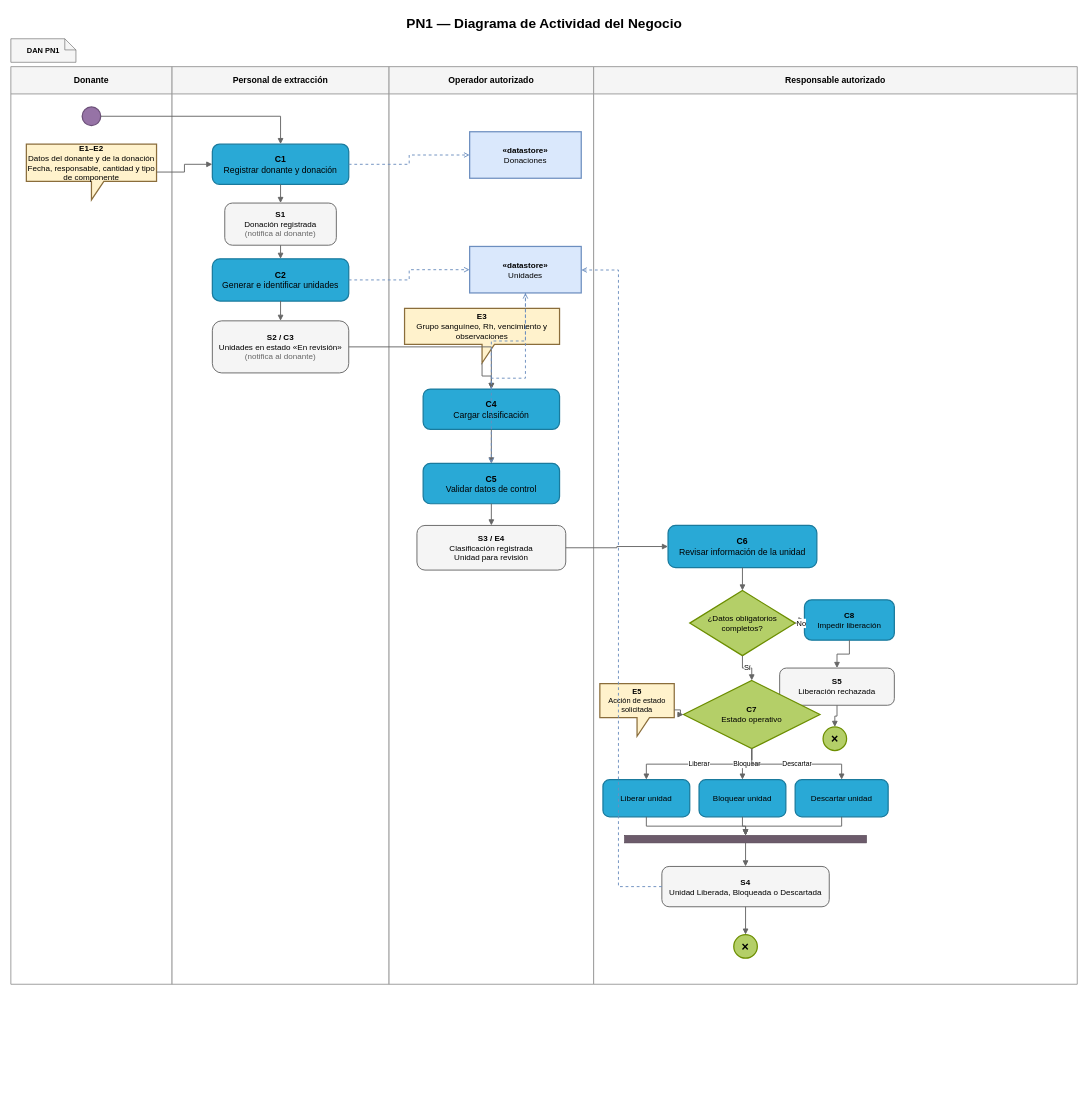
Earlier version of the draw.io diagram Diagramas/Secuencia de Roles/PN1_DiagramaActividadNegocio.drawio (juanNH/Ingenieria-de-Software). Source tidied: cells renumbered, new cells numbered last; positions are measured from the earlier drawing's top-left corner, leaving out a move shared by most shapes. Both pictures are drawn from the tidied source at 62%, with x=0, y=0 at pixel (11, 11).
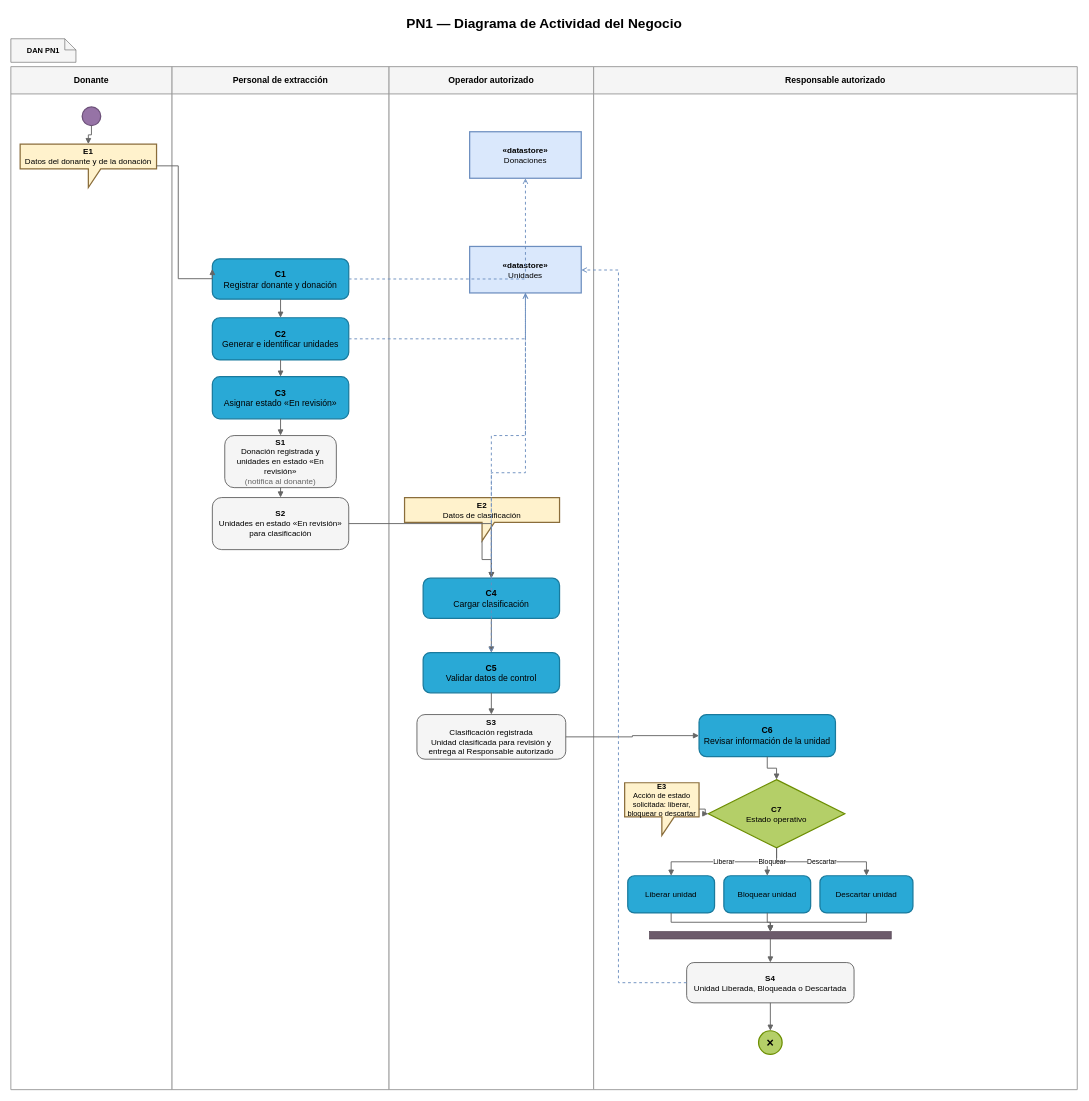
Above is the later version.

The change refers to these unchanged cells:
```xml
<mxCell id="8" style="ellipse;whiteSpace=wrap;html=1;fillColor=#9673a6;strokeColor=#6b4f78;strokeWidth=2;" parent="1" vertex="1">
  <mxGeometry x="115" y="155" width="30" height="30" as="geometry" />
</mxCell>
<mxCell id="15" value="&lt;b&gt;«datastore»&lt;/b&gt;&lt;br&gt;Unidades" style="rounded=0;whiteSpace=wrap;html=1;fillColor=#dae8fc;strokeColor=#6c8ebf;strokeWidth=2;fontSize=13;fontFamily=Arial;align=center;verticalAlign=middle;" parent="1" vertex="1">
  <mxGeometry x="740" y="380" width="180" height="75" as="geometry" />
</mxCell>
```

Diff of the diagram source:
```diff
@@
     <mxCell id="4" value="&lt;b&gt;Donante&lt;/b&gt;" style="swimlane;horizontal=1;startSize=44;whiteSpace=wrap;html=1;rounded=0;fillColor=#f5f5f5;swimlaneFillColor=#ffffff;strokeColor=#999999;strokeWidth=1.5;fontSize=14;fontFamily=Arial;align=center;verticalAlign=middle;" parent="1" vertex="1">
-      <mxGeometry y="90" width="260" height="1480" as="geometry" />
+      <mxGeometry y="90" width="260" height="1650" as="geometry" />
     </mxCell>
     <mxCell id="5" value="&lt;b&gt;Personal de extracción&lt;/b&gt;" style="swimlane;horizontal=1;startSize=44;whiteSpace=wrap;html=1;rounded=0;fillColor=#f5f5f5;swimlaneFillColor=#ffffff;strokeColor=#999999;strokeWidth=1.5;fontSize=14;fontFamily=Arial;align=center;verticalAlign=middle;" parent="1" vertex="1">
-      <mxGeometry x="260" y="90" width="350" height="1480" as="geometry" />
+      <mxGeometry x="260" y="90" width="350" height="1650" as="geometry" />
     </mxCell>
     <mxCell id="6" value="&lt;b&gt;Operador autorizado&lt;/b&gt;" style="swimlane;horizontal=1;startSize=44;whiteSpace=wrap;html=1;rounded=0;fillColor=#f5f5f5;swimlaneFillColor=#ffffff;strokeColor=#999999;strokeWidth=1.5;fontSize=14;fontFamily=Arial;align=center;verticalAlign=middle;" parent="1" vertex="1">
-      <mxGeometry x="610" y="90" width="330" height="1480" as="geometry" />
+      <mxGeometry x="610" y="90" width="330" height="1650" as="geometry" />
     </mxCell>
     <mxCell id="7" value="&lt;b&gt;Responsable autorizado&lt;/b&gt;" style="swimlane;horizontal=1;startSize=44;whiteSpace=wrap;html=1;rounded=0;fillColor=#f5f5f5;swimlaneFillColor=#ffffff;strokeColor=#999999;strokeWidth=1.5;fontSize=14;fontFamily=Arial;align=center;verticalAlign=middle;" parent="1" vertex="1">
-      <mxGeometry x="940" y="90" width="780" height="1480" as="geometry" />
+      <mxGeometry x="940" y="90" width="780" height="1650" as="geometry" />
     </mxCell>
@@
-    <mxCell id="9" value="&lt;b&gt;E1–E2&lt;/b&gt;&lt;br&gt;Datos del donante y de la donación&lt;br&gt;Fecha, responsable, cantidad y tipo de componente" style="shape=callout;whiteSpace=wrap;html=1;perimeter=rectanglePerimeter;fillColor=#fff2cc;strokeColor=#8a6d3b;strokeWidth=2;fontSize=13;fontFamily=Arial;align=center;verticalAlign=middle;" parent="1" vertex="1">
-      <mxGeometry x="25" y="215" width="210" height="90" as="geometry" />
-    </mxCell>
+    <mxCell id="62" value="&lt;b&gt;E1&lt;/b&gt;&lt;br&gt;Datos del donante y de la donación" style="shape=callout;whiteSpace=wrap;html=1;perimeter=rectanglePerimeter;fillColor=#fff2cc;strokeColor=#8a6d3b;strokeWidth=2;fontSize=13;fontFamily=Arial;align=center;verticalAlign=middle;" parent="1" vertex="1">
+      <mxGeometry x="15" y="215" width="220" height="70" as="geometry" />
+    </mxCell>
     <mxCell id="10" value="&lt;b&gt;C1&lt;/b&gt;&lt;br&gt;Registrar donante y donación" style="rounded=1;whiteSpace=wrap;html=1;arcSize=18;fillColor=#29a9d6;strokeColor=#197a9d;strokeWidth=2;fontSize=14;fontFamily=Arial;align=center;verticalAlign=middle;" parent="1" vertex="1">
-      <mxGeometry x="325" y="215" width="220" height="65" as="geometry" />
+      <mxGeometry x="325" y="400" width="220" height="65" as="geometry" />
     </mxCell>
-    <mxCell id="11" value="&lt;b&gt;S1&lt;/b&gt;&lt;br&gt;Donación registrada&lt;br&gt;&lt;font color=&quot;#666666&quot;&gt;(notifica al donante)&lt;/font&gt;" style="rounded=1;whiteSpace=wrap;html=1;arcSize=18;fillColor=#f5f5f5;strokeColor=#666666;strokeWidth=1.5;fontSize=13;fontFamily=Arial;align=center;verticalAlign=middle;" parent="1" vertex="1">
-      <mxGeometry x="345" y="310" width="180" height="68" as="geometry" />
+    <mxCell id="11" value="&lt;b&gt;S1&lt;/b&gt;&lt;br&gt;Donación registrada y unidades en estado «En revisión»&lt;br&gt;&lt;font color=&quot;#666666&quot;&gt;(notifica al donante)&lt;/font&gt;" style="rounded=1;whiteSpace=wrap;html=1;arcSize=18;fillColor=#f5f5f5;strokeColor=#666666;strokeWidth=1.5;fontSize=13;fontFamily=Arial;align=center;verticalAlign=middle;" parent="1" vertex="1">
+      <mxGeometry x="345" y="685" width="180" height="84" as="geometry" />
     </mxCell>
@@
     <mxCell id="13" value="&lt;b&gt;C2&lt;/b&gt;&lt;br&gt;Generar e identificar unidades" style="rounded=1;whiteSpace=wrap;html=1;arcSize=18;fillColor=#29a9d6;strokeColor=#197a9d;strokeWidth=2;fontSize=14;fontFamily=Arial;align=center;verticalAlign=middle;" parent="1" vertex="1">
-      <mxGeometry x="325" y="400" width="220" height="68" as="geometry" />
+      <mxGeometry x="325" y="495" width="220" height="68" as="geometry" />
     </mxCell>
+    <mxCell id="63" value="&lt;b&gt;C3&lt;/b&gt;&lt;br&gt;Asignar estado «En revisión»" style="rounded=1;whiteSpace=wrap;html=1;arcSize=18;fillColor=#29a9d6;strokeColor=#197a9d;strokeWidth=2;fontSize=14;fontFamily=Arial;align=center;verticalAlign=middle;" parent="1" vertex="1">
+      <mxGeometry x="325" y="590" width="220" height="68" as="geometry" />
+    </mxCell>
-    <mxCell id="14" value="&lt;b&gt;S2 / C3&lt;/b&gt;&lt;br&gt;Unidades en estado «En revisión»&lt;br&gt;&lt;font color=&quot;#666666&quot;&gt;(notifica al donante)&lt;/font&gt;" style="rounded=1;whiteSpace=wrap;html=1;arcSize=18;fillColor=#f5f5f5;strokeColor=#666666;strokeWidth=1.5;fontSize=13;fontFamily=Arial;align=center;verticalAlign=middle;" parent="1" vertex="1">
-      <mxGeometry x="325" y="500" width="220" height="84" as="geometry" />
+    <mxCell id="14" value="&lt;b&gt;S2&lt;/b&gt;&lt;br&gt;Unidades en estado «En revisión» para clasificación" style="rounded=1;whiteSpace=wrap;html=1;arcSize=18;fillColor=#f5f5f5;strokeColor=#666666;strokeWidth=1.5;fontSize=13;fontFamily=Arial;align=center;verticalAlign=middle;" parent="1" vertex="1">
+      <mxGeometry x="325" y="785" width="220" height="84" as="geometry" />
     </mxCell>
@@
-    <mxCell id="16" value="&lt;b&gt;E3&lt;/b&gt;&lt;br&gt;Grupo sanguíneo, Rh, vencimiento y observaciones" style="shape=callout;whiteSpace=wrap;html=1;perimeter=rectanglePerimeter;fillColor=#fff2cc;strokeColor=#8a6d3b;strokeWidth=2;fontSize=13;fontFamily=Arial;align=center;verticalAlign=middle;" parent="1" vertex="1">
-      <mxGeometry x="635" y="480" width="250" height="88" as="geometry" />
-    </mxCell>
+    <mxCell id="64" value="&lt;b&gt;E2&lt;/b&gt;&lt;br&gt;Datos de clasificación" style="shape=callout;whiteSpace=wrap;html=1;perimeter=rectanglePerimeter;fillColor=#fff2cc;strokeColor=#8a6d3b;strokeWidth=2;fontSize=13;fontFamily=Arial;align=center;verticalAlign=middle;" parent="1" vertex="1">
+      <mxGeometry x="635" y="785" width="250" height="70" as="geometry" />
+    </mxCell>
     <mxCell id="17" value="&lt;b&gt;C4&lt;/b&gt;&lt;br&gt;Cargar clasificación" style="rounded=1;whiteSpace=wrap;html=1;arcSize=18;fillColor=#29a9d6;strokeColor=#197a9d;strokeWidth=2;fontSize=14;fontFamily=Arial;align=center;verticalAlign=middle;" parent="1" vertex="1">
-      <mxGeometry x="665" y="610" width="220" height="65" as="geometry" />
+      <mxGeometry x="665" y="915" width="220" height="65" as="geometry" />
     </mxCell>
     <mxCell id="18" value="&lt;b&gt;C5&lt;/b&gt;&lt;br&gt;Validar datos de control" style="rounded=1;whiteSpace=wrap;html=1;arcSize=18;fillColor=#29a9d6;strokeColor=#197a9d;strokeWidth=2;fontSize=14;fontFamily=Arial;align=center;verticalAlign=middle;" parent="1" vertex="1">
-      <mxGeometry x="665" y="730" width="220" height="65" as="geometry" />
+      <mxGeometry x="665" y="1035" width="220" height="65" as="geometry" />
     </mxCell>
-    <mxCell id="19" value="&lt;b&gt;S3 / E4&lt;/b&gt;&lt;br&gt;Clasificación registrada&lt;br&gt;Unidad para revisión" style="rounded=1;whiteSpace=wrap;html=1;arcSize=18;fillColor=#f5f5f5;strokeColor=#666666;strokeWidth=1.5;fontSize=13;fontFamily=Arial;align=center;verticalAlign=middle;" parent="1" vertex="1">
-      <mxGeometry x="655" y="830" width="240" height="72" as="geometry" />
-    </mxCell>
+    <mxCell id="65" value="&lt;b&gt;S3&lt;/b&gt;&lt;br&gt;Clasificación registrada&lt;br&gt;Unidad clasificada para revisión y entrega al Responsable autorizado" style="rounded=1;whiteSpace=wrap;html=1;arcSize=18;fillColor=#f5f5f5;strokeColor=#666666;strokeWidth=1.5;fontSize=13;fontFamily=Arial;align=center;verticalAlign=middle;" parent="1" vertex="1">
+      <mxGeometry x="655" y="1135" width="240" height="72" as="geometry" />
+    </mxCell>
     <mxCell id="20" value="&lt;b&gt;C6&lt;/b&gt;&lt;br&gt;Revisar información de la unidad" style="rounded=1;whiteSpace=wrap;html=1;arcSize=18;fillColor=#29a9d6;strokeColor=#197a9d;strokeWidth=2;fontSize=14;fontFamily=Arial;align=center;verticalAlign=middle;" parent="1" vertex="1">
-      <mxGeometry x="1060" y="830" width="240" height="68" as="geometry" />
+      <mxGeometry x="1110" y="1135" width="220" height="68" as="geometry" />
     </mxCell>
-    <mxCell id="21" value="¿Datos obligatorios&lt;br&gt;completos?" style="rhombus;whiteSpace=wrap;html=1;fillColor=#b4cf68;strokeColor=#6c8e00;strokeWidth=2;fontSize=13;fontFamily=Arial;align=center;verticalAlign=middle;" parent="1" vertex="1">
-      <mxGeometry x="1095" y="935" width="170" height="105" as="geometry" />
-    </mxCell>
-    <mxCell id="22" value="&lt;b&gt;C8&lt;/b&gt;&lt;br&gt;Impedir liberación" style="rounded=1;whiteSpace=wrap;html=1;arcSize=18;fillColor=#29a9d6;strokeColor=#197a9d;strokeWidth=2;fontSize=13;fontFamily=Arial;align=center;verticalAlign=middle;" parent="1" vertex="1">
-      <mxGeometry x="1280" y="950" width="145" height="65" as="geometry" />
-    </mxCell>
-    <mxCell id="23" value="&lt;b&gt;S5&lt;/b&gt;&lt;br&gt;Liberación rechazada" style="rounded=1;whiteSpace=wrap;html=1;arcSize=18;fillColor=#f5f5f5;strokeColor=#666666;strokeWidth=1.5;fontSize=13;fontFamily=Arial;align=center;verticalAlign=middle;" parent="1" vertex="1">
-      <mxGeometry x="1240" y="1060" width="185" height="60" as="geometry" />
-    </mxCell>
-    <mxCell id="24" value="×" style="ellipse;whiteSpace=wrap;html=1;fillColor=#b4cf68;strokeColor=#6c8e00;strokeWidth=2;fontStyle=1;fontSize=20;fontFamily=Arial;align=center;verticalAlign=middle;" parent="1" vertex="1">
-      <mxGeometry x="1310" y="1155" width="38" height="38" as="geometry" />
-    </mxCell>
-    <mxCell id="25" value="&lt;b&gt;E5&lt;/b&gt;&lt;br&gt;Acción de estado solicitada" style="shape=callout;whiteSpace=wrap;html=1;perimeter=rectanglePerimeter;fillColor=#fff2cc;strokeColor=#8a6d3b;strokeWidth=2;fontSize=12;fontFamily=Arial;align=center;verticalAlign=middle;" parent="1" vertex="1">
-      <mxGeometry x="950" y="1085" width="120" height="85" as="geometry" />
-    </mxCell>
+    <mxCell id="16" value="&lt;b&gt;E3&lt;/b&gt;&lt;br&gt;Acción de estado solicitada: liberar, bloquear o descartar" style="shape=callout;whiteSpace=wrap;html=1;perimeter=rectanglePerimeter;fillColor=#fff2cc;strokeColor=#8a6d3b;strokeWidth=2;fontSize=12;fontFamily=Arial;align=center;verticalAlign=middle;" parent="1" vertex="1">
+      <mxGeometry x="990" y="1245" width="120" height="85" as="geometry" />
+    </mxCell>
     <mxCell id="26" value="&lt;b&gt;C7&lt;/b&gt;&lt;br&gt;Estado operativo" style="rhombus;whiteSpace=wrap;html=1;fillColor=#b4cf68;strokeColor=#6c8e00;strokeWidth=2;fontSize=13;fontFamily=Arial;align=center;verticalAlign=middle;" parent="1" vertex="1">
-      <mxGeometry x="1085" y="1080" width="220" height="110" as="geometry" />
+      <mxGeometry x="1125" y="1240" width="220" height="110" as="geometry" />
     </mxCell>
     <mxCell id="27" value="Liberar unidad" style="rounded=1;whiteSpace=wrap;html=1;arcSize=18;fillColor=#29a9d6;strokeColor=#197a9d;strokeWidth=2;fontSize=13;fontFamily=Arial;align=center;verticalAlign=middle;" parent="1" vertex="1">
-      <mxGeometry x="955" y="1240" width="140" height="60" as="geometry" />
+      <mxGeometry x="995" y="1395" width="140" height="60" as="geometry" />
     </mxCell>
     <mxCell id="28" value="Bloquear unidad" style="rounded=1;whiteSpace=wrap;html=1;arcSize=18;fillColor=#29a9d6;strokeColor=#197a9d;strokeWidth=2;fontSize=13;fontFamily=Arial;align=center;verticalAlign=middle;" parent="1" vertex="1">
-      <mxGeometry x="1110" y="1240" width="140" height="60" as="geometry" />
+      <mxGeometry x="1150" y="1395" width="140" height="60" as="geometry" />
     </mxCell>
     <mxCell id="29" value="Descartar unidad" style="rounded=1;whiteSpace=wrap;html=1;arcSize=18;fillColor=#29a9d6;strokeColor=#197a9d;strokeWidth=2;fontSize=13;fontFamily=Arial;align=center;verticalAlign=middle;" parent="1" vertex="1">
-      <mxGeometry x="1265" y="1240" width="150" height="60" as="geometry" />
+      <mxGeometry x="1305" y="1395" width="150" height="60" as="geometry" />
     </mxCell>
     <mxCell id="30" style="rounded=0;whiteSpace=wrap;html=1;fillColor=#6c5b6b;strokeColor=#4d3d4c;strokeWidth=1;" parent="1" vertex="1">
-      <mxGeometry x="990" y="1330" width="390" height="12" as="geometry" />
+      <mxGeometry x="1030" y="1485" width="390" height="12" as="geometry" />
     </mxCell>
     <mxCell id="31" value="&lt;b&gt;S4&lt;/b&gt;&lt;br&gt;Unidad Liberada, Bloqueada o Descartada" style="rounded=1;whiteSpace=wrap;html=1;arcSize=18;fillColor=#f5f5f5;strokeColor=#666666;strokeWidth=1.5;fontSize=13;fontFamily=Arial;align=center;verticalAlign=middle;" parent="1" vertex="1">
-      <mxGeometry x="1050" y="1380" width="270" height="65" as="geometry" />
+      <mxGeometry x="1090" y="1535" width="270" height="65" as="geometry" />
     </mxCell>
     <mxCell id="32" value="×" style="ellipse;whiteSpace=wrap;html=1;fillColor=#b4cf68;strokeColor=#6c8e00;strokeWidth=2;fontStyle=1;fontSize=20;fontFamily=Arial;align=center;verticalAlign=middle;" parent="1" vertex="1">
-      <mxGeometry x="1166" y="1490" width="38" height="38" as="geometry" />
+      <mxGeometry x="1206" y="1645" width="38" height="38" as="geometry" />
     </mxCell>
-    <mxCell id="33" style="edgeStyle=orthogonalEdgeStyle;rounded=0;html=1;endArrow=block;endFill=1;strokeColor=#666666;strokeWidth=1.5;" parent="1" edge="1" source="8" target="10">
+    <mxCell id="33" style="edgeStyle=orthogonalEdgeStyle;rounded=0;html=1;endArrow=block;endFill=1;strokeColor=#666666;strokeWidth=1.5;" parent="1" edge="1" source="8" target="62">
       <mxGeometry relative="1" as="geometry" />
     </mxCell>
-    <mxCell id="34" style="edgeStyle=orthogonalEdgeStyle;rounded=0;html=1;endArrow=block;endFill=1;strokeColor=#666666;strokeWidth=1.5;" parent="1" edge="1" source="9" target="10">
-      <mxGeometry relative="1" as="geometry" />
-    </mxCell>
-    <mxCell id="35" style="edgeStyle=orthogonalEdgeStyle;rounded=0;html=1;endArrow=block;endFill=1;strokeColor=#666666;strokeWidth=1.5;" parent="1" edge="1" source="10" target="11">
-      <mxGeometry relative="1" as="geometry" />
-    </mxCell>
-    <mxCell id="36" style="edgeStyle=orthogonalEdgeStyle;rounded=0;html=1;endArrow=block;endFill=1;strokeColor=#666666;strokeWidth=1.5;" parent="1" edge="1" source="11" target="13">
-      <mxGeometry relative="1" as="geometry" />
-    </mxCell>
-    <mxCell id="37" style="edgeStyle=orthogonalEdgeStyle;rounded=0;html=1;endArrow=block;endFill=1;strokeColor=#666666;strokeWidth=1.5;" parent="1" edge="1" source="13" target="14">
-      <mxGeometry relative="1" as="geometry" />
-    </mxCell>
+    <mxCell id="66" style="edgeStyle=orthogonalEdgeStyle;rounded=0;html=1;endArrow=block;endFill=1;strokeColor=#666666;strokeWidth=1.5;exitX=1;exitY=0.5;entryX=0;entryY=0.25;" parent="1" edge="1" source="62" target="10">
+      <mxGeometry relative="1" as="geometry">
+        <Array as="points">
+          <mxPoint x="270" y="250" />
+          <mxPoint x="270" y="432" />
+        </Array>
+      </mxGeometry>
+    </mxCell>
+    <mxCell id="67" style="edgeStyle=orthogonalEdgeStyle;rounded=0;html=1;endArrow=block;endFill=1;strokeColor=#666666;strokeWidth=1.5;" parent="1" edge="1" source="10" target="13">
+      <mxGeometry relative="1" as="geometry" />
+    </mxCell>
+    <mxCell id="68" style="edgeStyle=orthogonalEdgeStyle;rounded=0;html=1;endArrow=block;endFill=1;strokeColor=#666666;strokeWidth=1.5;" parent="1" edge="1" source="63" target="11">
+      <mxGeometry relative="1" as="geometry" />
+    </mxCell>
+    <mxCell id="69" style="edgeStyle=orthogonalEdgeStyle;rounded=0;html=1;endArrow=block;endFill=1;strokeColor=#666666;strokeWidth=1.5;" parent="1" edge="1" source="13" target="63">
+      <mxGeometry relative="1" as="geometry" />
+    </mxCell>
+    <mxCell id="70" style="edgeStyle=orthogonalEdgeStyle;rounded=0;html=1;endArrow=block;endFill=1;strokeColor=#666666;strokeWidth=1.5;" parent="1" edge="1" source="11" target="14">
+      <mxGeometry relative="1" as="geometry" />
+    </mxCell>
@@
-    <mxCell id="39" style="edgeStyle=orthogonalEdgeStyle;rounded=0;html=1;endArrow=block;endFill=1;strokeColor=#666666;strokeWidth=1.5;" parent="1" edge="1" source="16" target="17">
+    <mxCell id="39" style="edgeStyle=orthogonalEdgeStyle;rounded=0;html=1;endArrow=block;endFill=1;strokeColor=#666666;strokeWidth=1.5;" parent="1" edge="1" source="64" target="17">
       <mxGeometry relative="1" as="geometry" />
     </mxCell>
@@
-    <mxCell id="41" style="edgeStyle=orthogonalEdgeStyle;rounded=0;html=1;endArrow=block;endFill=1;strokeColor=#666666;strokeWidth=1.5;" parent="1" edge="1" source="18" target="19">
+    <mxCell id="41" style="edgeStyle=orthogonalEdgeStyle;rounded=0;html=1;endArrow=block;endFill=1;strokeColor=#666666;strokeWidth=1.5;" parent="1" edge="1" source="18" target="65">
       <mxGeometry relative="1" as="geometry" />
     </mxCell>
-    <mxCell id="42" style="edgeStyle=orthogonalEdgeStyle;rounded=0;html=1;endArrow=block;endFill=1;strokeColor=#666666;strokeWidth=1.5;" parent="1" edge="1" source="19" target="20">
+    <mxCell id="42" style="edgeStyle=orthogonalEdgeStyle;rounded=0;html=1;endArrow=block;endFill=1;strokeColor=#666666;strokeWidth=1.5;" parent="1" edge="1" source="65" target="20">
       <mxGeometry relative="1" as="geometry" />
     </mxCell>
-    <mxCell id="43" style="edgeStyle=orthogonalEdgeStyle;rounded=0;html=1;endArrow=block;endFill=1;strokeColor=#666666;strokeWidth=1.5;" parent="1" edge="1" source="20" target="21">
+    <mxCell id="43" style="edgeStyle=orthogonalEdgeStyle;rounded=0;html=1;endArrow=block;endFill=1;strokeColor=#666666;strokeWidth=1.5;" parent="1" edge="1" source="20" target="26">
       <mxGeometry relative="1" as="geometry" />
     </mxCell>
-    <mxCell id="44" value="No" style="edgeStyle=orthogonalEdgeStyle;rounded=0;html=1;endArrow=block;endFill=1;strokeColor=#666666;strokeWidth=1.5;fontSize=12;fontFamily=Arial;labelBackgroundColor=#ffffff;" parent="1" edge="1" source="21" target="22">
-      <mxGeometry relative="1" as="geometry" />
-    </mxCell>
-    <mxCell id="45" style="edgeStyle=orthogonalEdgeStyle;rounded=0;html=1;endArrow=block;endFill=1;strokeColor=#666666;strokeWidth=1.5;" parent="1" edge="1" source="22" target="23">
-      <mxGeometry relative="1" as="geometry" />
-    </mxCell>
-    <mxCell id="46" style="edgeStyle=orthogonalEdgeStyle;rounded=0;html=1;endArrow=block;endFill=1;strokeColor=#666666;strokeWidth=1.5;" parent="1" edge="1" source="23" target="24">
-      <mxGeometry relative="1" as="geometry" />
-    </mxCell>
-    <mxCell id="47" value="Sí" style="edgeStyle=orthogonalEdgeStyle;rounded=0;html=1;endArrow=block;endFill=1;strokeColor=#666666;strokeWidth=1.5;fontSize=12;fontFamily=Arial;labelBackgroundColor=#ffffff;" parent="1" edge="1" source="21" target="26">
-      <mxGeometry relative="1" as="geometry" />
-    </mxCell>
-    <mxCell id="48" style="edgeStyle=orthogonalEdgeStyle;rounded=0;html=1;endArrow=block;endFill=1;strokeColor=#666666;strokeWidth=1.5;" parent="1" edge="1" source="25" target="26">
+    <mxCell id="48" style="edgeStyle=orthogonalEdgeStyle;rounded=0;html=1;endArrow=block;endFill=1;strokeColor=#666666;strokeWidth=1.5;" parent="1" edge="1" source="16" target="26">
       <mxGeometry relative="1" as="geometry" />
     </mxCell>
@@
     <mxCell id="61" style="edgeStyle=orthogonalEdgeStyle;rounded=0;html=1;dashed=1;endArrow=open;endFill=0;strokeColor=#6c8ebf;strokeWidth=1.5;" parent="1" edge="1" source="31" target="15">
       <mxGeometry relative="1" as="geometry">
         <Array as="points">
-          <mxPoint x="980" y="1412" />
+          <mxPoint x="980" y="1567" />
           <mxPoint x="980" y="418" />
           <mxPoint x="920" y="418" />
         </Array>
       </mxGeometry>
     </mxCell>
```
